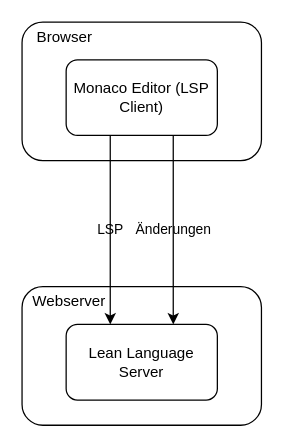
This is Plakat_Regio/livelean-org.drawio from Bergschaf/banach-tarski, a draw.io file, before an edit. Source tidied: cells renumbered, new cells numbered last; positions are measured from the earlier drawing's top-left corner, leaving out a move shared by most shapes. Both pictures are drawn from the tidied source at 126%, with x=0, y=0 at pixel (21, 21).
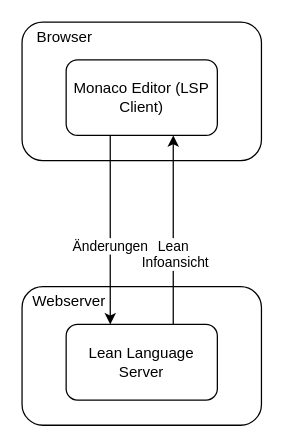
Above is the later version.

The edit, as a diff of the source:
```diff
@@
 <mxGraphModel>
   <root>
     <mxCell id="0" />
     <mxCell id="1" parent="0" />
     <mxCell id="2" value="&lt;div style=&quot;&quot;&gt;&lt;span style=&quot;background-color: initial;&quot;&gt;&amp;nbsp; Webserver&lt;/span&gt;&lt;/div&gt;&lt;br&gt;&lt;br&gt;&lt;br&gt;&lt;br&gt;&lt;br&gt;&lt;br&gt;" style="rounded=1;whiteSpace=wrap;html=1;align=left;fillColor=none;" parent="1" vertex="1">
       <mxGeometry y="210" width="190" height="110" as="geometry" />
     </mxCell>
     <mxCell id="3" value="Lean Language Server" style="rounded=1;whiteSpace=wrap;html=1;fillColor=none;" parent="1" vertex="1">
       <mxGeometry x="35" y="240" width="120" height="60" as="geometry" />
     </mxCell>
     <mxCell id="4" value="&lt;div style=&quot;&quot;&gt;&lt;span style=&quot;background-color: initial;&quot;&gt;&amp;nbsp; &amp;nbsp;Browser&lt;/span&gt;&lt;/div&gt;&lt;br&gt;&lt;br&gt;&lt;br&gt;&lt;br&gt;&lt;br&gt;&lt;br&gt;" style="rounded=1;whiteSpace=wrap;html=1;align=left;fillColor=none;" parent="1" vertex="1">
       <mxGeometry width="190" height="110" as="geometry" />
     </mxCell>
-    <mxCell id="5" value="Änderungen" style="edgeStyle=orthogonalEdgeStyle;rounded=0;jettySize=auto;html=1;labelBackgroundColor=none;" parent="1" edge="1" source="6" target="3">
+    <mxCell id="5" value="Lean&lt;br&gt;&amp;nbsp;Infoansicht" style="edgeStyle=orthogonalEdgeStyle;rounded=0;jettySize=auto;html=1;labelBackgroundColor=default;verticalAlign=top;horizontal=1;labelPosition=center;verticalLabelPosition=bottom;align=center;startArrow=classic;startFill=1;endArrow=none;endFill=0;" parent="1" edge="1" source="6" target="3">
       <mxGeometry relative="1" as="geometry">
         <Array as="points">
           <mxPoint x="120" y="150" />
           <mxPoint x="120" y="150" />
         </Array>
       </mxGeometry>
     </mxCell>
     <mxCell id="6" value="Monaco Editor (LSP Client)" style="rounded=1;whiteSpace=wrap;html=1;fillColor=none;" parent="1" vertex="1">
       <mxGeometry x="35" y="30" width="120" height="60" as="geometry" />
     </mxCell>
-    <mxCell id="7" value="LSP" style="edgeStyle=orthogonalEdgeStyle;rounded=0;orthogonalLoop=1;jettySize=auto;html=1;labelBackgroundColor=none;" parent="1" edge="1">
+    <mxCell id="7" value="Änderungen" style="edgeStyle=orthogonalEdgeStyle;rounded=0;orthogonalLoop=1;jettySize=auto;html=1;labelBackgroundColor=default;verticalAlign=top;labelPosition=center;verticalLabelPosition=bottom;align=center;" parent="1" edge="1">
       <mxGeometry relative="1" as="geometry">
         <mxPoint x="70" y="90" as="sourcePoint" />
         <mxPoint x="70" y="240" as="targetPoint" />
         <Array as="points">
           <mxPoint x="70" y="150" />
           <mxPoint x="70" y="150" />
         </Array>
       </mxGeometry>
     </mxCell>
   </root>
 </mxGraphModel>
```
